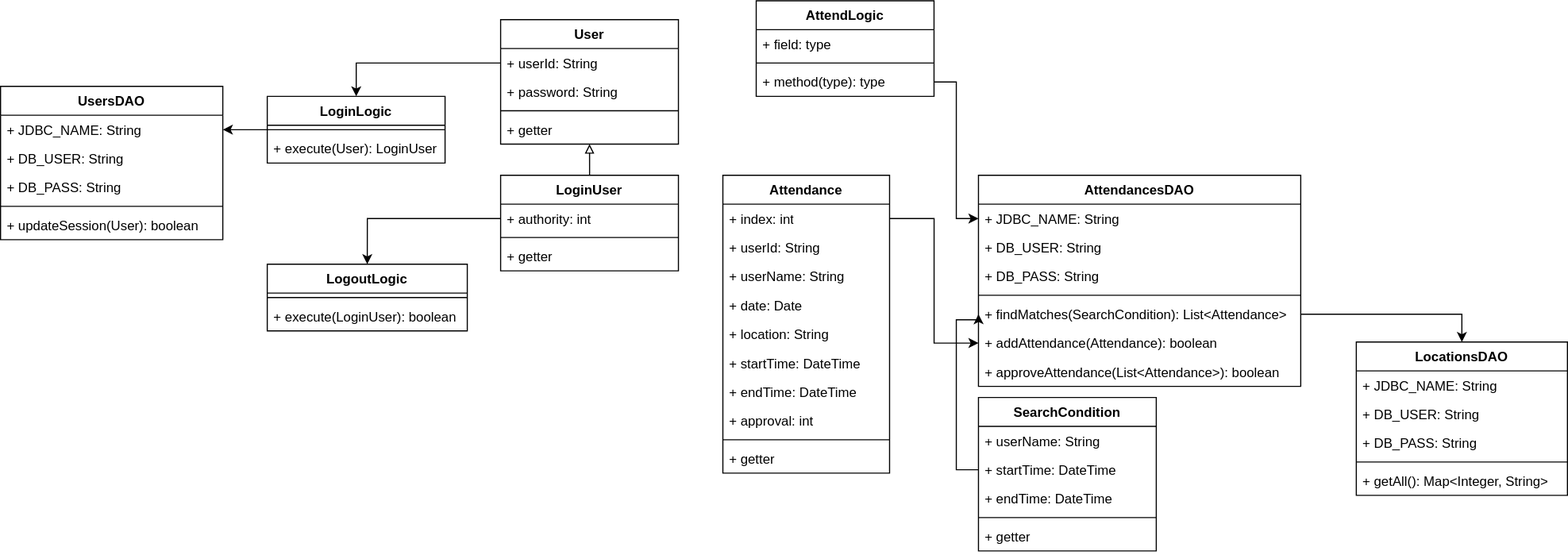
hokuto-fukura/software_engineering keeps this draw.io diagram as クラス図.svg. Above is the earlier version. Source tidied: cells renumbered, new cells last; positions are measured from the earlier drawing's top-left corner, leaving out a move shared by most shapes.
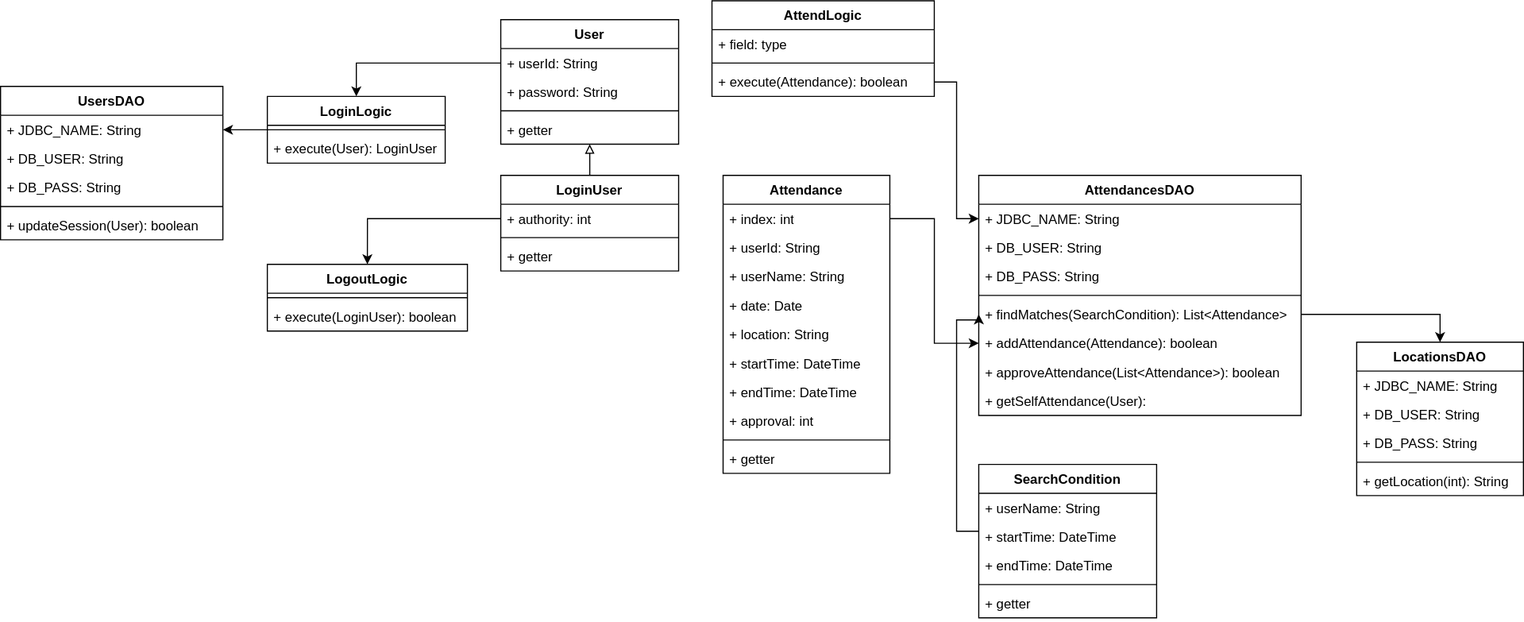
Later version of the same file.

Commit message:
クラス図.svg を更新します

Diff of the diagram source:
```diff
@@ -36,7 +36,7 @@
       <mxGeometry y="242" width="150" height="26" as="geometry" />
     </mxCell>
     <mxCell id="13" value="AttendancesDAO" style="swimlane;fontStyle=1;align=center;verticalAlign=top;horizontal=1;startSize=26;whiteSpace=wrap;html=1;" parent="1" vertex="1">
-      <mxGeometry x="880" y="157" width="290" height="190" as="geometry" />
+      <mxGeometry x="880" y="157" width="290" height="216" as="geometry" />
     </mxCell>
     <mxCell id="14" value="+ JDBC_NAME: String" style="text;strokeColor=none;fillColor=none;align=left;verticalAlign=top;spacingLeft=4;spacingRight=4;overflow=hidden;points=[[0,0.5],[1,0.5]];portConstraint=eastwest;whiteSpace=wrap;html=1;" parent="13" vertex="1">
       <mxGeometry y="26" width="290" height="26" as="geometry" />
@@ -59,6 +59,9 @@
     <mxCell id="20" value="+ approveAttendance(List&amp;lt;Attendance&amp;gt;): boolean" style="text;strokeColor=none;fillColor=none;align=left;verticalAlign=top;spacingLeft=4;spacingRight=4;overflow=hidden;whiteSpace=wrap;html=1;" parent="13" vertex="1">
       <mxGeometry y="164" width="290" height="26" as="geometry" />
     </mxCell>
+    <mxCell id="66" value="+ getSelfAttendance(User):&amp;nbsp;" style="text;strokeColor=none;fillColor=none;align=left;verticalAlign=top;spacingLeft=4;spacingRight=4;overflow=hidden;whiteSpace=wrap;html=1;" parent="13" vertex="1">
+      <mxGeometry y="190" width="290" height="26" as="geometry" />
+    </mxCell>
     <mxCell id="21" style="edgeStyle=orthogonalEdgeStyle;rounded=0;jettySize=auto;html=1;entryX=0.5;entryY=1;entryDx=0;entryDy=0;endArrow=block;endFill=0;" parent="1" edge="1" source="22" target="36">
       <mxGeometry relative="1" as="geometry" />
     </mxCell>
@@ -75,7 +78,7 @@
       <mxGeometry y="60" width="160" height="26" as="geometry" />
     </mxCell>
     <mxCell id="26" value="SearchCondition" style="swimlane;fontStyle=1;align=center;verticalAlign=top;horizontal=1;startSize=26;whiteSpace=wrap;html=1;" parent="1" vertex="1">
-      <mxGeometry x="880" y="357" width="160" height="138" as="geometry" />
+      <mxGeometry x="880" y="417" width="160" height="138" as="geometry" />
     </mxCell>
     <mxCell id="27" value="+ userName: String" style="text;strokeColor=none;fillColor=none;align=left;verticalAlign=top;spacingLeft=4;spacingRight=4;overflow=hidden;whiteSpace=wrap;html=1;" parent="26" vertex="1">
       <mxGeometry y="26" width="160" height="26" as="geometry" />
@@ -125,7 +128,7 @@
     <mxCell id="42" style="edgeStyle=orthogonalEdgeStyle;rounded=0;jettySize=auto;html=1;entryX=0;entryY=0.5;entryDx=0;entryDy=0;" parent="1" edge="1" source="28" target="18">
       <mxGeometry relative="1" as="geometry">
         <Array as="points">
-          <mxPoint x="860" y="422" />
+          <mxPoint x="860" y="477" />
           <mxPoint x="860" y="287" />
           <mxPoint x="880" y="287" />
         </Array>
@@ -165,37 +168,37 @@
       <mxGeometry relative="1" as="geometry" />
     </mxCell>
     <mxCell id="54" value="LocationsDAO" style="swimlane;fontStyle=1;align=center;verticalAlign=top;horizontal=1;startSize=26;whiteSpace=wrap;html=1;" parent="1" vertex="1">
-      <mxGeometry x="1220" y="307" width="190" height="138" as="geometry" />
+      <mxGeometry x="1220" y="307" width="150" height="138" as="geometry" />
     </mxCell>
     <mxCell id="55" value="+ JDBC_NAME: String" style="text;strokeColor=none;fillColor=none;align=left;verticalAlign=top;spacingLeft=4;spacingRight=4;overflow=hidden;whiteSpace=wrap;html=1;" parent="54" vertex="1">
-      <mxGeometry y="26" width="190" height="26" as="geometry" />
+      <mxGeometry y="26" width="150" height="26" as="geometry" />
     </mxCell>
     <mxCell id="56" value="+ DB_USER: String" style="text;strokeColor=none;fillColor=none;align=left;verticalAlign=top;spacingLeft=4;spacingRight=4;overflow=hidden;whiteSpace=wrap;html=1;" parent="54" vertex="1">
-      <mxGeometry y="52" width="190" height="26" as="geometry" />
+      <mxGeometry y="52" width="150" height="26" as="geometry" />
     </mxCell>
     <mxCell id="57" value="+ DB_PASS: String" style="text;strokeColor=none;fillColor=none;align=left;verticalAlign=top;spacingLeft=4;spacingRight=4;overflow=hidden;whiteSpace=wrap;html=1;" parent="54" vertex="1">
-      <mxGeometry y="78" width="190" height="26" as="geometry" />
+      <mxGeometry y="78" width="150" height="26" as="geometry" />
     </mxCell>
     <mxCell id="58" style="line;strokeWidth=1;fillColor=none;align=left;verticalAlign=middle;spacingTop=-1;spacingLeft=3;spacingRight=3;labelPosition=right;strokeColor=inherit;" parent="54" vertex="1">
-      <mxGeometry y="104" width="190" height="8" as="geometry" />
+      <mxGeometry y="104" width="150" height="8" as="geometry" />
     </mxCell>
-    <mxCell id="59" value="+ getAll(): Map&amp;lt;Integer, String&amp;gt;" style="text;strokeColor=none;fillColor=none;align=left;verticalAlign=top;spacingLeft=4;spacingRight=4;overflow=hidden;whiteSpace=wrap;html=1;" parent="54" vertex="1">
-      <mxGeometry y="112" width="190" height="26" as="geometry" />
+    <mxCell id="59" value="+ getLocation(int): String" style="text;strokeColor=none;fillColor=none;align=left;verticalAlign=top;spacingLeft=4;spacingRight=4;overflow=hidden;whiteSpace=wrap;html=1;" parent="54" vertex="1">
+      <mxGeometry y="112" width="150" height="26" as="geometry" />
     </mxCell>
     <mxCell id="60" style="edgeStyle=orthogonalEdgeStyle;rounded=0;jettySize=auto;html=1;" parent="1" edge="1" source="18" target="54">
       <mxGeometry relative="1" as="geometry" />
     </mxCell>
     <mxCell id="61" value="AttendLogic" style="swimlane;fontStyle=1;align=center;verticalAlign=top;horizontal=1;startSize=26;whiteSpace=wrap;html=1;" parent="1" vertex="1">
-      <mxGeometry x="680" width="160" height="86" as="geometry" />
+      <mxGeometry x="640" width="200" height="86" as="geometry" />
     </mxCell>
     <mxCell id="62" value="+ field: type" style="text;strokeColor=none;fillColor=none;align=left;verticalAlign=top;spacingLeft=4;spacingRight=4;overflow=hidden;whiteSpace=wrap;html=1;" parent="61" vertex="1">
-      <mxGeometry y="26" width="160" height="26" as="geometry" />
+      <mxGeometry y="26" width="200" height="26" as="geometry" />
     </mxCell>
     <mxCell id="63" style="line;strokeWidth=1;fillColor=none;align=left;verticalAlign=middle;spacingTop=-1;spacingLeft=3;spacingRight=3;labelPosition=right;strokeColor=inherit;" parent="61" vertex="1">
-      <mxGeometry y="52" width="160" height="8" as="geometry" />
+      <mxGeometry y="52" width="200" height="8" as="geometry" />
     </mxCell>
-    <mxCell id="64" value="+ method(type): type" style="text;strokeColor=none;fillColor=none;align=left;verticalAlign=top;spacingLeft=4;spacingRight=4;overflow=hidden;points=[[0,0.5],[1,0.5]];portConstraint=eastwest;whiteSpace=wrap;html=1;" parent="61" vertex="1">
-      <mxGeometry y="60" width="160" height="26" as="geometry" />
+    <mxCell id="64" value="+ execute(Attendance): boolean" style="text;strokeColor=none;fillColor=none;align=left;verticalAlign=top;spacingLeft=4;spacingRight=4;overflow=hidden;points=[[0,0.5],[1,0.5]];portConstraint=eastwest;whiteSpace=wrap;html=1;" parent="61" vertex="1">
+      <mxGeometry y="60" width="200" height="26" as="geometry" />
     </mxCell>
     <mxCell id="65" style="edgeStyle=orthogonalEdgeStyle;rounded=0;jettySize=auto;html=1;entryX=0;entryY=0.5;entryDx=0;entryDy=0;" parent="1" edge="1" source="64" target="14">
       <mxGeometry relative="1" as="geometry" />
```
